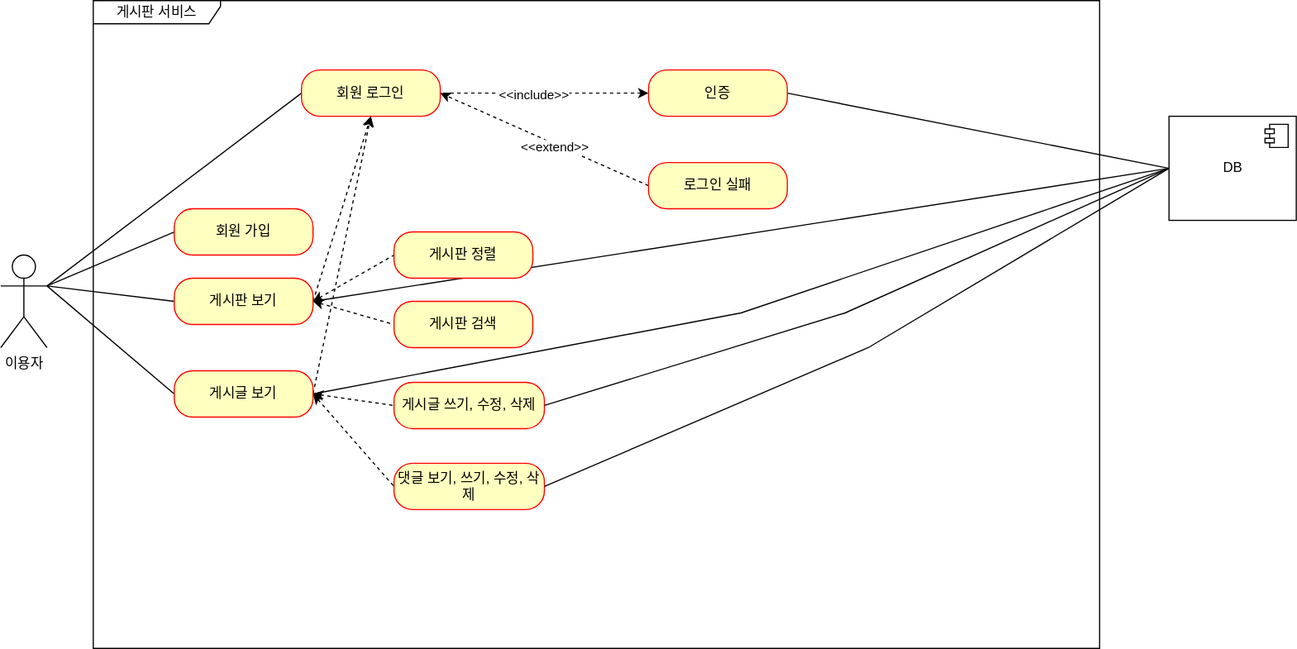
Above: document/use-case.svg in dpwns523/project-board (draw.io), before the change. Source tidied: cells renumbered, new cells last; positions are measured from the earlier drawing's top-left corner, leaving out a move shared by most shapes.
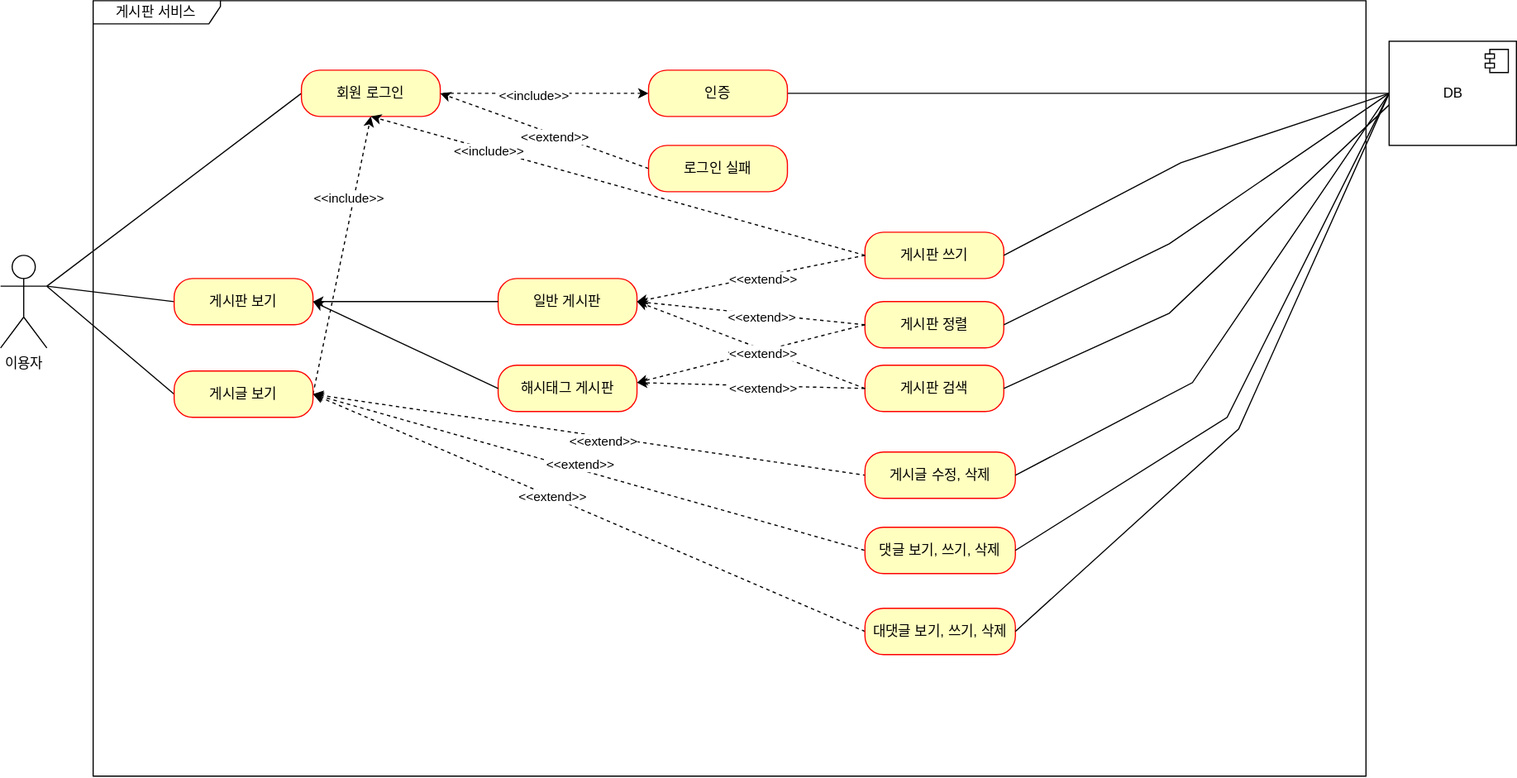
After the commit.

Commit message:
프로젝트를 진행하면서 수정한 기능에 대해 리팩토링

The edit, as a diff of the source:
```diff
@@ -6,29 +6,11 @@
       <mxGeometry y="220" width="40" height="80" as="geometry" />
     </mxCell>
     <mxCell id="3" value="게시판 서비스" style="shape=umlFrame;whiteSpace=wrap;html=1;width=110;height=20;" parent="1" vertex="1">
-      <mxGeometry x="80" width="870" height="560" as="geometry" />
+      <mxGeometry x="80" width="1100" height="670" as="geometry" />
     </mxCell>
-    <mxCell id="4" style="rounded=0;jettySize=auto;html=1;exitX=0;exitY=0.5;exitDx=0;exitDy=0;strokeColor=default;startArrow=none;startFill=0;endArrow=none;endFill=0;entryX=1;entryY=0.3333333333333333;entryDx=0;entryDy=0;entryPerimeter=0;" parent="1" edge="1" source="5" target="2">
-      <mxGeometry relative="1" as="geometry" />
-    </mxCell>
-    <mxCell id="5" value="회원 가입" style="rounded=1;whiteSpace=wrap;html=1;arcSize=40;fontColor=#000000;fillColor=#ffffc0;strokeColor=#ff0000;" parent="1" vertex="1">
-      <mxGeometry x="150" y="180" width="120" height="40" as="geometry" />
-    </mxCell>
     <mxCell id="6" style="edgeStyle=none;rounded=0;jettySize=auto;html=1;exitX=0;exitY=0.5;exitDx=0;exitDy=0;startArrow=none;startFill=0;endArrow=none;endFill=0;strokeColor=default;entryX=1;entryY=0.3333333333333333;entryDx=0;entryDy=0;entryPerimeter=0;" parent="1" edge="1" source="11" target="2">
       <mxGeometry relative="1" as="geometry" />
     </mxCell>
-    <mxCell id="7" style="edgeStyle=none;rounded=0;jettySize=auto;html=1;exitX=1;exitY=0.5;exitDx=0;exitDy=0;entryX=0.5;entryY=1;entryDx=0;entryDy=0;dashed=1;startArrow=none;startFill=0;endArrow=classic;endFill=1;strokeColor=default;" parent="1" edge="1" source="11" target="19">
-      <mxGeometry relative="1" as="geometry" />
-    </mxCell>
-    <mxCell id="8" style="edgeStyle=none;rounded=0;jettySize=auto;html=1;exitX=1;exitY=0.5;exitDx=0;exitDy=0;entryX=0;entryY=0.5;entryDx=0;entryDy=0;dashed=1;startArrow=classic;startFill=1;endArrow=none;endFill=0;strokeColor=default;" parent="1" edge="1" source="11" target="27">
-      <mxGeometry relative="1" as="geometry" />
-    </mxCell>
-    <mxCell id="9" style="edgeStyle=none;rounded=0;jettySize=auto;html=1;exitX=1;exitY=0.5;exitDx=0;exitDy=0;entryX=0;entryY=0.5;entryDx=0;entryDy=0;dashed=1;startArrow=classic;startFill=1;endArrow=none;endFill=0;strokeColor=default;" parent="1" edge="1" source="11" target="28">
-      <mxGeometry relative="1" as="geometry" />
-    </mxCell>
-    <mxCell id="10" style="edgeStyle=none;rounded=0;jettySize=auto;html=1;exitX=1;exitY=0.5;exitDx=0;exitDy=0;startArrow=none;startFill=0;endArrow=none;endFill=0;strokeColor=default;entryX=0;entryY=0.5;entryDx=0;entryDy=0;" parent="1" edge="1" source="11" target="33">
-      <mxGeometry relative="1" as="geometry" />
-    </mxCell>
     <mxCell id="11" value="게시판 보기" style="rounded=1;whiteSpace=wrap;html=1;arcSize=40;fontColor=#000000;fillColor=#ffffc0;strokeColor=#ff0000;" parent="1" vertex="1">
       <mxGeometry x="150" y="240" width="120" height="40" as="geometry" />
     </mxCell>
@@ -44,13 +26,6 @@
     <mxCell id="15" style="edgeStyle=none;rounded=0;jettySize=auto;html=1;exitX=1;exitY=0.5;exitDx=0;exitDy=0;entryX=0;entryY=0.5;entryDx=0;entryDy=0;dashed=1;startArrow=classic;startFill=1;endArrow=none;endFill=0;strokeColor=default;" parent="1" edge="1" source="17" target="30">
       <mxGeometry relative="1" as="geometry" />
     </mxCell>
-    <mxCell id="16" style="edgeStyle=none;rounded=0;jettySize=auto;html=1;exitX=1;exitY=0.5;exitDx=0;exitDy=0;entryX=0;entryY=0.5;entryDx=0;entryDy=0;startArrow=none;startFill=0;endArrow=none;endFill=0;strokeColor=default;" parent="1" edge="1" source="17" target="33">
-      <mxGeometry relative="1" as="geometry">
-        <Array as="points">
-          <mxPoint x="640" y="270" />
-        </Array>
-      </mxGeometry>
-    </mxCell>
     <mxCell id="17" value="게시글 보기" style="rounded=1;whiteSpace=wrap;html=1;arcSize=40;fontColor=#000000;fillColor=#ffffc0;strokeColor=#ff0000;" parent="1" vertex="1">
       <mxGeometry x="150" y="320" width="120" height="40" as="geometry" />
     </mxCell>
@@ -79,41 +54,157 @@
       <mxGeometry x="-0.1" y="2" relative="1" as="geometry" />
     </mxCell>
     <mxCell id="26" value="로그인 실패" style="rounded=1;whiteSpace=wrap;html=1;arcSize=40;fontColor=#000000;fillColor=#ffffc0;strokeColor=#ff0000;" parent="1" vertex="1">
-      <mxGeometry x="560" y="140" width="120" height="40" as="geometry" />
+      <mxGeometry x="560" y="125" width="120" height="40" as="geometry" />
     </mxCell>
-    <mxCell id="27" value="게시판 정렬" style="rounded=1;whiteSpace=wrap;html=1;arcSize=40;fontColor=#000000;fillColor=#ffffc0;strokeColor=#ff0000;" parent="1" vertex="1">
-      <mxGeometry x="340" y="200" width="120" height="40" as="geometry" />
+    <mxCell id="27" value="게시판 쓰기" style="rounded=1;whiteSpace=wrap;html=1;arcSize=40;fontColor=#000000;fillColor=#ffffc0;strokeColor=#ff0000;" parent="1" vertex="1">
+      <mxGeometry x="747" y="200" width="120" height="40" as="geometry" />
     </mxCell>
-    <mxCell id="28" value="게시판 검색" style="rounded=1;whiteSpace=wrap;html=1;arcSize=40;fontColor=#000000;fillColor=#ffffc0;strokeColor=#ff0000;" parent="1" vertex="1">
-      <mxGeometry x="340" y="260" width="120" height="40" as="geometry" />
+    <mxCell id="28" value="게시판 정렬" style="rounded=1;whiteSpace=wrap;html=1;arcSize=40;fontColor=#000000;fillColor=#ffffc0;strokeColor=#ff0000;" parent="1" vertex="1">
+      <mxGeometry x="747" y="260" width="120" height="40" as="geometry" />
     </mxCell>
-    <mxCell id="29" value="게시글 쓰기, 수정, 삭제" style="rounded=1;whiteSpace=wrap;html=1;arcSize=40;fontColor=#000000;fillColor=#ffffc0;strokeColor=#ff0000;" parent="1" vertex="1">
-      <mxGeometry x="340" y="330" width="130" height="40" as="geometry" />
+    <mxCell id="29" value="게시글 수정, 삭제" style="rounded=1;whiteSpace=wrap;html=1;arcSize=40;fontColor=#000000;fillColor=#ffffc0;strokeColor=#ff0000;" parent="1" vertex="1">
+      <mxGeometry x="747" y="390" width="130" height="40" as="geometry" />
     </mxCell>
-    <mxCell id="30" value="댓글 보기, 쓰기, 수정, 삭제" style="rounded=1;whiteSpace=wrap;html=1;arcSize=40;fontColor=#000000;fillColor=#ffffc0;strokeColor=#ff0000;" parent="1" vertex="1">
-      <mxGeometry x="340" y="400" width="130" height="40" as="geometry" />
+    <mxCell id="30" value="댓글 보기, 쓰기, 삭제" style="rounded=1;whiteSpace=wrap;html=1;arcSize=40;fontColor=#000000;fillColor=#ffffc0;strokeColor=#ff0000;" parent="1" vertex="1">
+      <mxGeometry x="747" y="455" width="130" height="40" as="geometry" />
     </mxCell>
     <mxCell id="31" style="edgeStyle=none;rounded=0;jettySize=auto;html=1;exitX=0;exitY=0.5;exitDx=0;exitDy=0;entryX=1;entryY=0.5;entryDx=0;entryDy=0;startArrow=none;startFill=0;endArrow=none;endFill=0;strokeColor=default;" parent="1" edge="1" source="33" target="29">
       <mxGeometry relative="1" as="geometry">
         <Array as="points">
-          <mxPoint x="730" y="270" />
+          <mxPoint x="1030" y="330" />
         </Array>
       </mxGeometry>
     </mxCell>
     <mxCell id="32" style="edgeStyle=none;rounded=0;jettySize=auto;html=1;exitX=0;exitY=0.5;exitDx=0;exitDy=0;entryX=1;entryY=0.5;entryDx=0;entryDy=0;startArrow=none;startFill=0;endArrow=none;endFill=0;strokeColor=default;" parent="1" edge="1" source="33" target="30">
       <mxGeometry relative="1" as="geometry">
         <Array as="points">
-          <mxPoint x="750" y="300" />
+          <mxPoint x="1060" y="360" />
         </Array>
       </mxGeometry>
     </mxCell>
     <mxCell id="33" value="DB" style="html=1;" parent="1" vertex="1">
-      <mxGeometry x="1010" y="100" width="110" height="90" as="geometry" />
+      <mxGeometry x="1200" y="35" width="110" height="90" as="geometry" />
     </mxCell>
     <mxCell id="34" style="shape=module;jettyWidth=8;jettyHeight=4;" parent="33" vertex="1">
       <mxGeometry x="1" width="20" height="20" relative="1" as="geometry">
         <mxPoint x="-27" y="7" as="offset" />
       </mxGeometry>
     </mxCell>
+    <mxCell id="35" value="&amp;lt;&amp;lt;include&amp;gt;&amp;gt;" style="edgeLabel;html=1;align=center;verticalAlign=middle;" parent="1" vertex="1">
+      <mxGeometry x="300" y="170" as="geometry" />
+    </mxCell>
+    <mxCell id="36" style="edgeStyle=none;rounded=0;jettySize=auto;html=1;exitX=0;exitY=0.5;exitDx=0;exitDy=0;entryX=1;entryY=0.5;entryDx=0;entryDy=0;startArrow=none;startFill=0;endArrow=classic;endFill=1;strokeColor=default;dashed=1;" parent="1" edge="1" source="27">
+      <mxGeometry relative="1" as="geometry">
+        <mxPoint x="320" y="100" as="targetPoint" />
+      </mxGeometry>
+    </mxCell>
+    <mxCell id="37" value="&amp;lt;&amp;lt;include&amp;gt;&amp;gt;" style="edgeLabel;html=1;align=center;verticalAlign=middle;" parent="36" vertex="1">
+      <mxGeometry x="-0.1" y="2" relative="1" as="geometry">
+        <mxPoint x="-134" y="-39" as="offset" />
+      </mxGeometry>
+    </mxCell>
+    <mxCell id="38" value="일반 게시판" style="rounded=1;whiteSpace=wrap;html=1;arcSize=40;fontColor=#000000;fillColor=#ffffc0;strokeColor=#ff0000;" parent="1" vertex="1">
+      <mxGeometry x="430" y="240" width="120" height="40" as="geometry" />
+    </mxCell>
+    <mxCell id="39" value="해시태그 게시판" style="rounded=1;whiteSpace=wrap;html=1;arcSize=40;fontColor=#000000;fillColor=#ffffc0;strokeColor=#ff0000;" parent="1" vertex="1">
+      <mxGeometry x="430" y="315" width="120" height="40" as="geometry" />
+    </mxCell>
+    <mxCell id="40" style="endArrow=classic;html=1;rounded=0;entryX=1;entryY=0.5;entryDx=0;entryDy=0;exitX=0;exitY=0.5;exitDx=0;exitDy=0;" parent="1" edge="1" source="38" target="11">
+      <mxGeometry relative="1" as="geometry" />
+    </mxCell>
+    <mxCell id="41" value="게시판 검색" style="rounded=1;whiteSpace=wrap;html=1;arcSize=40;fontColor=#000000;fillColor=#ffffc0;strokeColor=#ff0000;" parent="1" vertex="1">
+      <mxGeometry x="747" y="315" width="120" height="40" as="geometry" />
+    </mxCell>
+    <mxCell id="42" style="edgeStyle=none;rounded=0;jettySize=auto;html=1;exitX=0;exitY=0.5;exitDx=0;exitDy=0;entryX=1;entryY=0.5;entryDx=0;entryDy=0;startArrow=none;startFill=0;endArrow=classic;endFill=1;strokeColor=default;dashed=1;" parent="1" edge="1" source="27">
+      <mxGeometry relative="1" as="geometry">
+        <mxPoint x="550" y="260" as="targetPoint" />
+      </mxGeometry>
+    </mxCell>
+    <mxCell id="43" value="&amp;lt;&amp;lt;extend&amp;gt;&amp;gt;" style="edgeLabel;html=1;align=center;verticalAlign=middle;" parent="42" vertex="1">
+      <mxGeometry x="-0.1" y="2" relative="1" as="geometry" />
+    </mxCell>
+    <mxCell id="44" style="edgeStyle=none;rounded=0;jettySize=auto;html=1;exitX=0;exitY=0.5;exitDx=0;exitDy=0;entryX=1;entryY=0.5;entryDx=0;entryDy=0;startArrow=none;startFill=0;endArrow=classic;endFill=1;strokeColor=default;dashed=1;" parent="1" edge="1" source="28">
+      <mxGeometry relative="1" as="geometry">
+        <mxPoint x="550" y="260" as="targetPoint" />
+      </mxGeometry>
+    </mxCell>
+    <mxCell id="45" value="&amp;lt;&amp;lt;extend&amp;gt;&amp;gt;" style="edgeLabel;html=1;align=center;verticalAlign=middle;" parent="44" vertex="1">
+      <mxGeometry x="-0.1" y="2" relative="1" as="geometry" />
+    </mxCell>
+    <mxCell id="46" style="edgeStyle=none;rounded=0;jettySize=auto;html=1;exitX=0;exitY=0.5;exitDx=0;exitDy=0;entryX=1;entryY=0.5;entryDx=0;entryDy=0;startArrow=none;startFill=0;endArrow=classic;endFill=1;strokeColor=default;dashed=1;" parent="1" edge="1" source="41">
+      <mxGeometry relative="1" as="geometry">
+        <mxPoint x="550" y="260" as="targetPoint" />
+      </mxGeometry>
+    </mxCell>
+    <mxCell id="47" value="&amp;lt;&amp;lt;extend&amp;gt;&amp;gt;" style="edgeLabel;html=1;align=center;verticalAlign=middle;" parent="46" vertex="1">
+      <mxGeometry x="-0.1" y="2" relative="1" as="geometry" />
+    </mxCell>
+    <mxCell id="48" style="edgeStyle=none;rounded=0;jettySize=auto;html=1;exitX=0;exitY=0.5;exitDx=0;exitDy=0;entryX=1;entryY=0.5;entryDx=0;entryDy=0;startArrow=none;startFill=0;endArrow=classic;endFill=1;strokeColor=default;dashed=1;" parent="1" edge="1" source="28">
+      <mxGeometry relative="1" as="geometry">
+        <mxPoint x="550" y="330" as="targetPoint" />
+      </mxGeometry>
+    </mxCell>
+    <mxCell id="49" value="&amp;lt;&amp;lt;extend&amp;gt;&amp;gt;" style="edgeLabel;html=1;align=center;verticalAlign=middle;" parent="48" vertex="1">
+      <mxGeometry x="-0.1" y="2" relative="1" as="geometry" />
+    </mxCell>
+    <mxCell id="50" style="edgeStyle=none;rounded=0;jettySize=auto;html=1;exitX=0;exitY=0.5;exitDx=0;exitDy=0;entryX=1;entryY=0.5;entryDx=0;entryDy=0;startArrow=none;startFill=0;endArrow=classic;endFill=1;strokeColor=default;dashed=1;" parent="1" edge="1" source="41">
+      <mxGeometry relative="1" as="geometry">
+        <mxPoint x="550" y="330" as="targetPoint" />
+      </mxGeometry>
+    </mxCell>
+    <mxCell id="51" value="&amp;lt;&amp;lt;extend&amp;gt;&amp;gt;" style="edgeLabel;html=1;align=center;verticalAlign=middle;" parent="50" vertex="1">
+      <mxGeometry x="-0.1" y="2" relative="1" as="geometry" />
+    </mxCell>
+    <mxCell id="52" style="edgeStyle=none;rounded=0;jettySize=auto;html=1;exitX=1;exitY=0.5;exitDx=0;exitDy=0;entryX=0;entryY=0.5;entryDx=0;entryDy=0;dashed=1;startArrow=classic;startFill=1;endArrow=none;endFill=0;strokeColor=default;" parent="1" edge="1" source="17" target="53">
+      <mxGeometry relative="1" as="geometry" />
+    </mxCell>
+    <mxCell id="53" value="대댓글 보기, 쓰기, 삭제" style="rounded=1;whiteSpace=wrap;html=1;arcSize=40;fontColor=#000000;fillColor=#ffffc0;strokeColor=#ff0000;" parent="1" vertex="1">
+      <mxGeometry x="747" y="525" width="130" height="40" as="geometry" />
+    </mxCell>
+    <mxCell id="54" value="&amp;lt;&amp;lt;extend&amp;gt;&amp;gt;" style="edgeLabel;html=1;align=center;verticalAlign=middle;" parent="1" vertex="1">
+      <mxGeometry x="520" y="380" as="geometry" />
+    </mxCell>
+    <mxCell id="55" value="&amp;lt;&amp;lt;extend&amp;gt;&amp;gt;" style="edgeLabel;html=1;align=center;verticalAlign=middle;" parent="1" vertex="1">
+      <mxGeometry x="500" y="400" as="geometry" />
+    </mxCell>
+    <mxCell id="56" value="&amp;lt;&amp;lt;extend&amp;gt;&amp;gt;" style="edgeLabel;html=1;align=center;verticalAlign=middle;" parent="1" vertex="1">
+      <mxGeometry x="688.7" y="364.8" as="geometry">
+        <mxPoint x="-212" y="64" as="offset" />
+      </mxGeometry>
+    </mxCell>
+    <mxCell id="57" style="edgeStyle=none;rounded=0;jettySize=auto;html=1;exitX=0;exitY=0.5;exitDx=0;exitDy=0;entryX=1;entryY=0.5;entryDx=0;entryDy=0;startArrow=none;startFill=0;endArrow=none;endFill=0;strokeColor=default;" parent="1" edge="1" source="33" target="53">
+      <mxGeometry relative="1" as="geometry">
+        <Array as="points">
+          <mxPoint x="1070" y="370" />
+        </Array>
+      </mxGeometry>
+    </mxCell>
+    <mxCell id="58" style="edgeStyle=none;rounded=0;orthogonalLoop=1;jettySize=auto;html=1;entryX=1;entryY=0.5;entryDx=0;entryDy=0;startArrow=none;startFill=0;endArrow=none;endFill=0;strokeColor=default;" parent="1" edge="1">
+      <mxGeometry relative="1" as="geometry">
+        <mxPoint x="1200" y="80" as="sourcePoint" />
+        <mxPoint x="867" y="220" as="targetPoint" />
+        <Array as="points">
+          <mxPoint x="1020" y="140" />
+        </Array>
+      </mxGeometry>
+    </mxCell>
+    <mxCell id="59" style="edgeStyle=none;rounded=0;jettySize=auto;html=1;exitX=0;exitY=0.5;exitDx=0;exitDy=0;entryX=1;entryY=0.5;entryDx=0;entryDy=0;startArrow=none;startFill=0;endArrow=none;endFill=0;strokeColor=default;" parent="1" edge="1" source="33" target="28">
+      <mxGeometry relative="1" as="geometry">
+        <Array as="points">
+          <mxPoint x="1010" y="210" />
+        </Array>
+      </mxGeometry>
+    </mxCell>
+    <mxCell id="60" style="edgeStyle=none;rounded=0;jettySize=auto;html=1;entryX=1;entryY=0.5;entryDx=0;entryDy=0;startArrow=none;startFill=0;endArrow=none;endFill=0;strokeColor=default;" parent="1" edge="1" target="41">
+      <mxGeometry relative="1" as="geometry">
+        <mxPoint x="1200" y="90" as="sourcePoint" />
+        <Array as="points">
+          <mxPoint x="1010" y="270" />
+        </Array>
+      </mxGeometry>
+    </mxCell>
+    <mxCell id="61" style="endArrow=classic;html=1;rounded=0;entryX=1;entryY=0.5;entryDx=0;entryDy=0;exitX=0;exitY=0.5;exitDx=0;exitDy=0;" parent="1" edge="1" source="39" target="11">
+      <mxGeometry relative="1" as="geometry" />
+    </mxCell>
   </root>
 </mxGraphModel>
```
